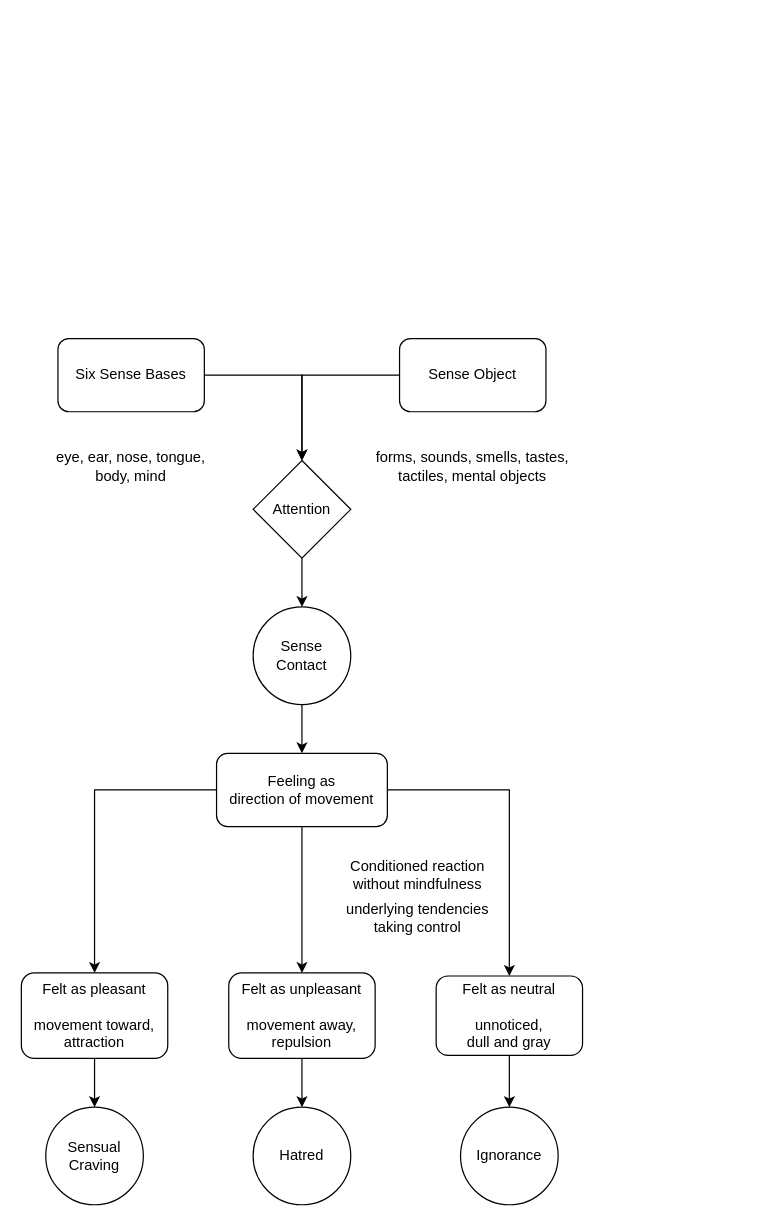
This is assets/photos/300dpi/sense-contact-feeling.drawio from profound-labs/wordless-questioning, a draw.io file, before an edit. Source tidied: cells renumbered, new cells numbered last; positions are measured from the earlier drawing's top-left corner, leaving out a move shared by most shapes. Both pictures are drawn from the tidied source at 122%, with x=0, y=0 at pixel (21, 338).
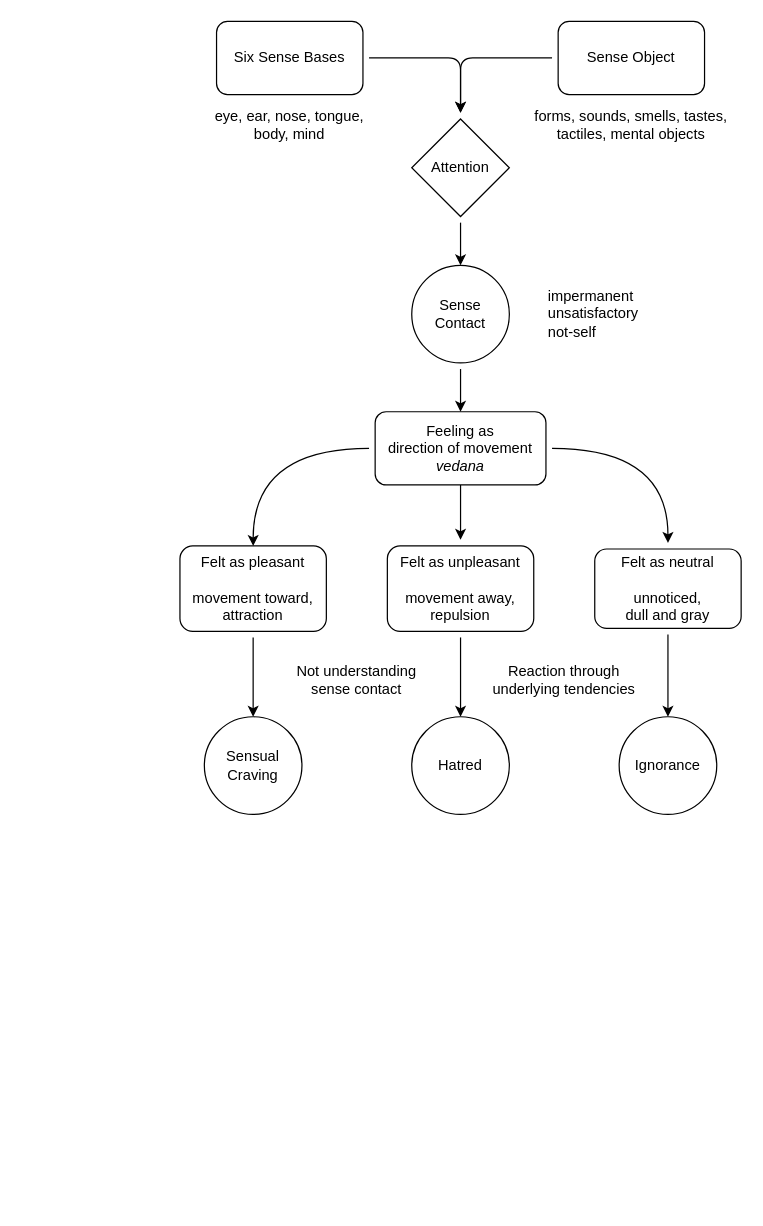
After the change.

Change to the diagram source:
```diff
@@
-    <mxCell id="2" style="edgeStyle=orthogonalEdgeStyle;rounded=0;jettySize=auto;html=1;" parent="1" edge="1" source="3" target="15">
+    <mxCell id="2" style="edgeStyle=orthogonalEdgeStyle;rounded=1;jettySize=auto;html=1;targetPerimeterSpacing=5;sourcePerimeterSpacing=5;" parent="1" edge="1" source="3" target="15">
       <mxGeometry relative="1" as="geometry" />
     </mxCell>
     <mxCell id="3" value="Six Sense Bases" style="rounded=1;whiteSpace=wrap;html=1;" parent="1" vertex="1">
-      <mxGeometry x="30" width="120" height="60" as="geometry" />
+      <mxGeometry x="160" y="-260" width="120" height="60" as="geometry" />
     </mxCell>
     <mxCell id="4" value="eye, ear, nose, tongue, body, mind" style="text;html=1;strokeColor=none;fillColor=none;align=center;verticalAlign=middle;whiteSpace=wrap;rounded=0;" parent="1" vertex="1">
-      <mxGeometry x="20" y="90" width="140" height="30" as="geometry" />
+      <mxGeometry x="150" y="-190" width="140" height="30" as="geometry" />
     </mxCell>
-    <mxCell id="5" style="edgeStyle=orthogonalEdgeStyle;rounded=0;jettySize=auto;html=1;" parent="1" edge="1" source="6" target="15">
+    <mxCell id="5" style="edgeStyle=orthogonalEdgeStyle;rounded=1;jettySize=auto;html=1;targetPerimeterSpacing=5;sourcePerimeterSpacing=5;" parent="1" edge="1" source="6" target="15">
       <mxGeometry relative="1" as="geometry" />
     </mxCell>
     <mxCell id="6" value="Sense Object" style="rounded=1;whiteSpace=wrap;html=1;" parent="1" vertex="1">
-      <mxGeometry x="310" width="120" height="60" as="geometry" />
+      <mxGeometry x="440" y="-260" width="120" height="60" as="geometry" />
     </mxCell>
     <mxCell id="7" value="forms, sounds, smells, tastes, tactiles, mental objects" style="text;html=1;strokeColor=none;fillColor=none;align=center;verticalAlign=middle;whiteSpace=wrap;rounded=0;" parent="1" vertex="1">
-      <mxGeometry x="280" y="90" width="180" height="30" as="geometry" />
+      <mxGeometry x="410" y="-190" width="180" height="30" as="geometry" />
     </mxCell>
-    <mxCell id="8" style="edgeStyle=orthogonalEdgeStyle;rounded=0;jettySize=auto;html=1;entryX=0.5;entryY=0;entryDx=0;entryDy=0;" parent="1" edge="1" source="11" target="18">
+    <mxCell id="8" style="edgeStyle=orthogonalEdgeStyle;jettySize=auto;html=1;entryX=0.5;entryY=0;entryDx=0;entryDy=0;curved=1;targetPerimeterSpacing=5;sourcePerimeterSpacing=5;" parent="1" edge="1" source="11" target="18">
       <mxGeometry relative="1" as="geometry" />
     </mxCell>
-    <mxCell id="9" style="edgeStyle=orthogonalEdgeStyle;rounded=0;jettySize=auto;html=1;" parent="1" edge="1" source="11" target="24">
+    <mxCell id="9" style="edgeStyle=orthogonalEdgeStyle;jettySize=auto;html=1;curved=1;targetPerimeterSpacing=5;sourcePerimeterSpacing=5;" parent="1" edge="1" source="11" target="24">
       <mxGeometry relative="1" as="geometry" />
     </mxCell>
-    <mxCell id="10" style="edgeStyle=orthogonalEdgeStyle;rounded=0;jettySize=auto;html=1;exitX=0.5;exitY=1;exitDx=0;exitDy=0;" parent="1" edge="1" source="11" target="21">
+    <mxCell id="10" style="edgeStyle=orthogonalEdgeStyle;rounded=1;jettySize=auto;html=1;exitX=0.5;exitY=1;exitDx=0;exitDy=0;targetPerimeterSpacing=5;sourcePerimeterSpacing=5;" parent="1" edge="1" source="11" target="21">
       <mxGeometry relative="1" as="geometry" />
     </mxCell>
-    <mxCell id="11" value="Feeling as&lt;br&gt;direction of movement" style="rounded=1;whiteSpace=wrap;html=1;" parent="1" vertex="1">
-      <mxGeometry x="160" y="340" width="140" height="60" as="geometry" />
+    <mxCell id="11" value="Feeling as&lt;br&gt;direction of movement&lt;br&gt;&lt;i&gt;vedana&lt;/i&gt;" style="rounded=1;whiteSpace=wrap;html=1;" parent="1" vertex="1">
+      <mxGeometry x="290" y="60" width="140" height="60" as="geometry" />
     </mxCell>
-    <mxCell id="12" style="edgeStyle=orthogonalEdgeStyle;rounded=0;jettySize=auto;html=1;entryX=0.5;entryY=0;entryDx=0;entryDy=0;" parent="1" edge="1" source="13" target="11">
+    <mxCell id="12" style="edgeStyle=orthogonalEdgeStyle;rounded=1;jettySize=auto;html=1;entryX=0.5;entryY=0;entryDx=0;entryDy=0;targetPerimeterSpacing=5;sourcePerimeterSpacing=5;" parent="1" edge="1" source="13" target="11">
       <mxGeometry relative="1" as="geometry" />
     </mxCell>
     <mxCell id="13" value="Sense&lt;br&gt;Contact" style="ellipse;whiteSpace=wrap;html=1;" parent="1" vertex="1">
-      <mxGeometry x="190" y="220" width="80" height="80" as="geometry" />
+      <mxGeometry x="320" y="-60" width="80" height="80" as="geometry" />
     </mxCell>
-    <mxCell id="14" style="edgeStyle=orthogonalEdgeStyle;rounded=0;jettySize=auto;html=1;entryX=0.5;entryY=0;entryDx=0;entryDy=0;" parent="1" edge="1" source="15" target="13">
+    <mxCell id="14" style="edgeStyle=orthogonalEdgeStyle;rounded=1;jettySize=auto;html=1;entryX=0.5;entryY=0;entryDx=0;entryDy=0;targetPerimeterSpacing=5;sourcePerimeterSpacing=5;" parent="1" edge="1" source="15" target="13">
       <mxGeometry relative="1" as="geometry" />
     </mxCell>
     <mxCell id="15" value="Attention" style="rhombus;whiteSpace=wrap;html=1;" parent="1" vertex="1">
-      <mxGeometry x="190" y="100" width="80" height="80" as="geometry" />
+      <mxGeometry x="320" y="-180" width="80" height="80" as="geometry" />
     </mxCell>
-    <mxCell id="16" value="Conditioned reaction&lt;br&gt;without mindfulness" style="text;html=1;strokeColor=none;fillColor=none;align=center;verticalAlign=middle;whiteSpace=wrap;rounded=0;" parent="1" vertex="1">
-      <mxGeometry x="255" y="410" width="140" height="60" as="geometry" />
-    </mxCell>
-    <mxCell id="17" style="edgeStyle=orthogonalEdgeStyle;rounded=0;jettySize=auto;html=1;entryX=0.5;entryY=0;entryDx=0;entryDy=0;" parent="1" edge="1" source="18" target="19">
+    <mxCell id="17" style="edgeStyle=orthogonalEdgeStyle;rounded=1;jettySize=auto;html=1;entryX=0.5;entryY=0;entryDx=0;entryDy=0;targetPerimeterSpacing=5;sourcePerimeterSpacing=5;" parent="1" edge="1" source="18" target="19">
       <mxGeometry relative="1" as="geometry" />
     </mxCell>
     <mxCell id="18" value="Felt as pleasant&lt;br&gt;&lt;br&gt;movement toward,&lt;br&gt;attraction" style="rounded=1;whiteSpace=wrap;html=1;" parent="1" vertex="1">
-      <mxGeometry y="520" width="120" height="70" as="geometry" />
+      <mxGeometry x="130" y="170" width="120" height="70" as="geometry" />
     </mxCell>
     <mxCell id="19" value="Sensual&lt;br&gt;Craving" style="ellipse;whiteSpace=wrap;html=1;" parent="1" vertex="1">
-      <mxGeometry x="20" y="630" width="80" height="80" as="geometry" />
+      <mxGeometry x="150" y="310" width="80" height="80" as="geometry" />
     </mxCell>
-    <mxCell id="20" style="edgeStyle=orthogonalEdgeStyle;rounded=0;jettySize=auto;html=1;entryX=0.5;entryY=0;entryDx=0;entryDy=0;" parent="1" edge="1" source="21" target="22">
+    <mxCell id="20" style="edgeStyle=orthogonalEdgeStyle;rounded=1;jettySize=auto;html=1;entryX=0.5;entryY=0;entryDx=0;entryDy=0;targetPerimeterSpacing=5;sourcePerimeterSpacing=5;" parent="1" edge="1" source="21" target="22">
       <mxGeometry relative="1" as="geometry" />
     </mxCell>
     <mxCell id="21" value="Felt as unpleasant&lt;br&gt;&lt;br&gt;movement away,&lt;br&gt;repulsion" style="rounded=1;whiteSpace=wrap;html=1;" parent="1" vertex="1">
-      <mxGeometry x="170" y="520" width="120" height="70" as="geometry" />
+      <mxGeometry x="300" y="170" width="120" height="70" as="geometry" />
     </mxCell>
     <mxCell id="22" value="Hatred" style="ellipse;whiteSpace=wrap;html=1;" parent="1" vertex="1">
-      <mxGeometry x="190" y="630" width="80" height="80" as="geometry" />
+      <mxGeometry x="320" y="310" width="80" height="80" as="geometry" />
     </mxCell>
-    <mxCell id="23" style="edgeStyle=orthogonalEdgeStyle;rounded=0;jettySize=auto;html=1;entryX=0.5;entryY=0;entryDx=0;entryDy=0;" parent="1" edge="1" source="24" target="25">
+    <mxCell id="23" style="edgeStyle=orthogonalEdgeStyle;rounded=1;jettySize=auto;html=1;entryX=0.5;entryY=0;entryDx=0;entryDy=0;targetPerimeterSpacing=5;sourcePerimeterSpacing=5;" parent="1" edge="1" source="24" target="25">
       <mxGeometry relative="1" as="geometry" />
     </mxCell>
     <mxCell id="24" value="Felt as neutral&lt;br&gt;&lt;br&gt;unnoticed,&lt;br&gt;dull and gray" style="rounded=1;whiteSpace=wrap;html=1;" parent="1" vertex="1">
-      <mxGeometry x="340" y="522.5" width="120" height="65" as="geometry" />
+      <mxGeometry x="470" y="172.5" width="120" height="65" as="geometry" />
     </mxCell>
     <mxCell id="25" value="Ignorance" style="ellipse;whiteSpace=wrap;html=1;" parent="1" vertex="1">
-      <mxGeometry x="360" y="630" width="80" height="80" as="geometry" />
+      <mxGeometry x="490" y="310" width="80" height="80" as="geometry" />
     </mxCell>
-    <mxCell id="26" value="underlying tendencies&lt;br&gt;taking control" style="text;html=1;strokeColor=none;fillColor=none;align=center;verticalAlign=middle;whiteSpace=wrap;rounded=0;" parent="1" vertex="1">
-      <mxGeometry x="180" y="460" width="290" height="30" as="geometry" />
+    <mxCell id="26" value="Reaction through&lt;br&gt;underlying tendencies" style="text;html=1;strokeColor=none;fillColor=none;align=center;verticalAlign=middle;whiteSpace=wrap;rounded=0;" parent="1" vertex="1">
+      <mxGeometry x="370" y="255" width="150" height="50" as="geometry" />
     </mxCell>
+    <mxCell id="27" value="Not understanding&lt;br&gt;sense contact" style="text;html=1;strokeColor=none;fillColor=none;align=center;verticalAlign=middle;whiteSpace=wrap;rounded=0;" parent="1" vertex="1">
+      <mxGeometry x="200" y="255" width="150" height="50" as="geometry" />
+    </mxCell>
+    <mxCell id="28" value="impermanent&lt;br&gt;unsatisfactory&lt;br&gt;&lt;div&gt;&lt;span&gt;not-self&lt;/span&gt;&lt;/div&gt;" style="text;html=1;strokeColor=none;fillColor=none;align=left;verticalAlign=middle;whiteSpace=wrap;rounded=0;" parent="1" vertex="1">
+      <mxGeometry x="430" y="-47.5" width="100" height="55" as="geometry" />
+    </mxCell>
```
